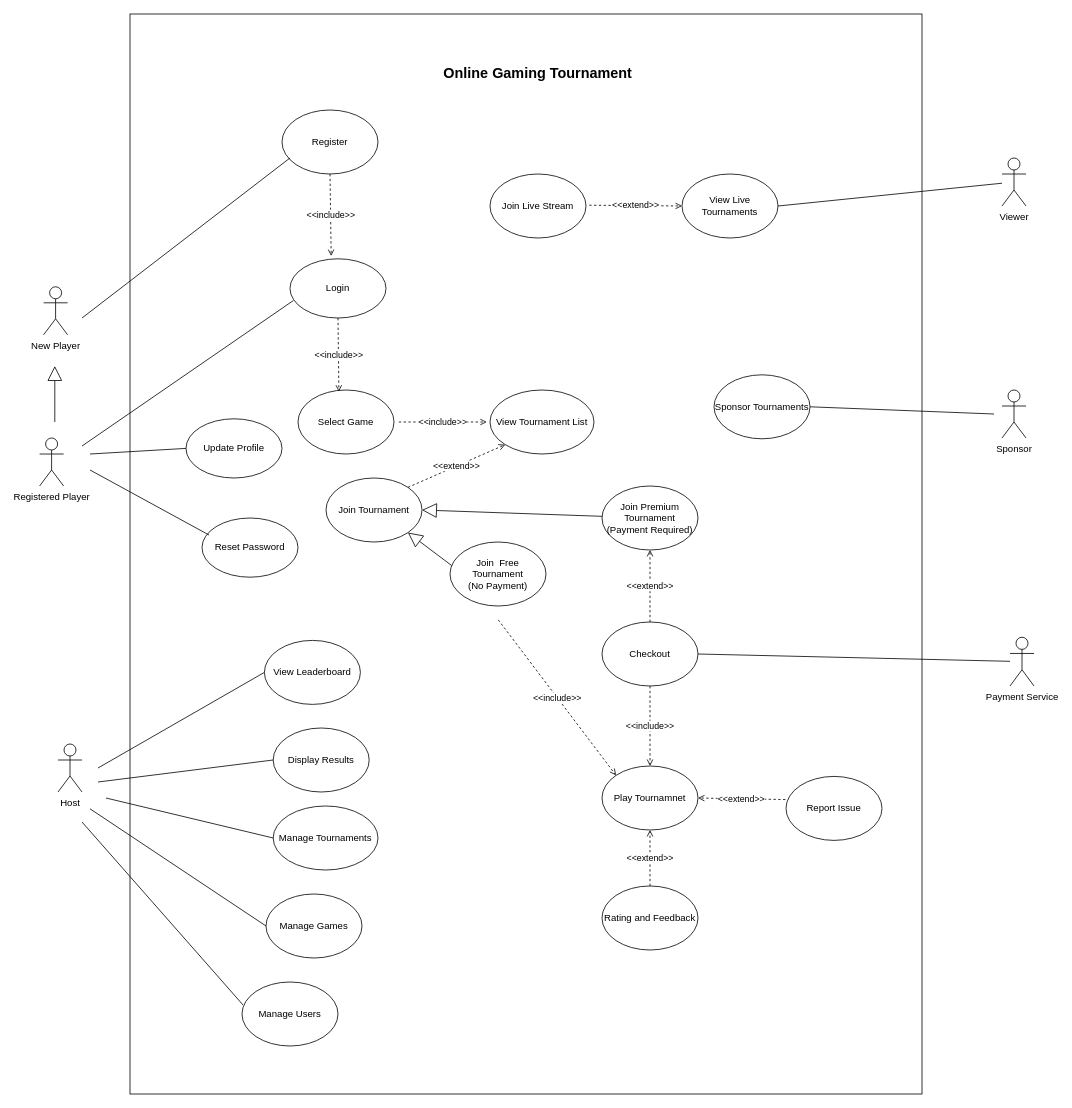
Before: GD_CW1.drawio in Tanvi-Ambre/Python, a draw.io diagram. Source tidied: cells renumbered, new cells numbered last; positions are measured from the earlier drawing's top-left corner, leaving out a move shared by most shapes. Both pictures are drawn from the tidied source at 80%, with x=0, y=0 at pixel (39, 14).
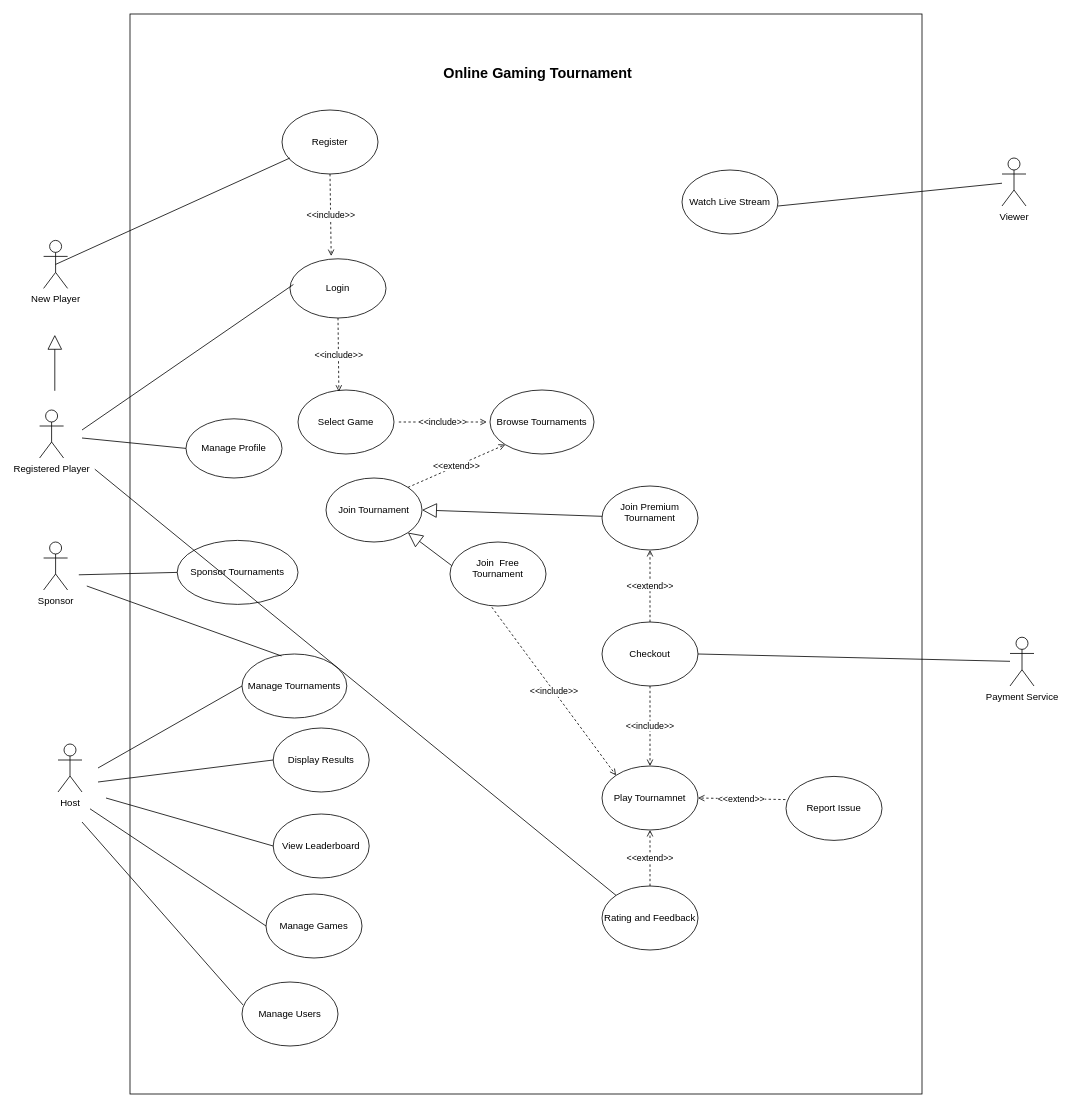
After the change.

The change refers to these unchanged cells:
```xml
<mxCell id="2" style="rounded=0;whiteSpace=wrap;html=1;" parent="1" vertex="1">
  <mxGeometry x="113" width="990" height="1350" as="geometry" />
</mxCell>
<mxCell id="5" value="Register" style="ellipse;whiteSpace=wrap;html=1;strokeWidth=1;" parent="1" vertex="1">
  <mxGeometry x="303" y="120" width="120" height="80" as="geometry" />
</mxCell>
<mxCell id="6" value="Login" style="ellipse;whiteSpace=wrap;html=1;strokeWidth=1;" parent="1" vertex="1">
  <mxGeometry x="313" y="306" width="120" height="74" as="geometry" />
</mxCell>
<mxCell id="13" value="Viewer" style="shape=umlActor;verticalLabelPosition=bottom;verticalAlign=top;html=1;outlineConnect=0;" parent="1" vertex="1">
  <mxGeometry x="1203" y="180" width="30" height="60" as="geometry" />
</mxCell>
<mxCell id="31" value="Play Tournamnet" style="ellipse;whiteSpace=wrap;html=1;strokeWidth=1;" parent="1" vertex="1">
  <mxGeometry x="703" y="940" width="120" height="80" as="geometry" />
</mxCell>
<mxCell id="48" value="Rating and Feedback" style="ellipse;whiteSpace=wrap;html=1;strokeWidth=1;" parent="1" vertex="1">
  <mxGeometry x="703" y="1090" width="120" height="80" as="geometry" />
</mxCell>
```

What changed in the source:
```diff
@@
-    <mxCell id="4" value="Sponsor" style="shape=umlActor;verticalLabelPosition=bottom;verticalAlign=top;html=1;" parent="1" vertex="1">
-      <mxGeometry x="1203" y="470" width="30" height="60" as="geometry" />
-    </mxCell>
@@
-    <mxCell id="7" value="View Tournament List" style="ellipse;whiteSpace=wrap;html=1;strokeWidth=1;" parent="1" vertex="1">
+    <mxCell id="7" value="Browse Tournaments" style="ellipse;whiteSpace=wrap;html=1;strokeWidth=1;" parent="1" vertex="1">
       <mxGeometry x="563" y="470" width="130" height="80" as="geometry" />
     </mxCell>
     <mxCell id="8" value="Manage Tournaments" style="ellipse;whiteSpace=wrap;html=1;strokeWidth=1;" parent="1" vertex="1">
-      <mxGeometry x="292" y="990" width="131" height="80" as="geometry" />
+      <mxGeometry x="253" y="800" width="131" height="80" as="geometry" />
     </mxCell>
@@
     <mxCell id="11" value="Sponsor Tournaments" style="ellipse;whiteSpace=wrap;html=1;strokeWidth=1;" parent="1" vertex="1">
-      <mxGeometry x="843" y="451" width="120" height="80" as="geometry" />
+      <mxGeometry x="172" y="658" width="151" height="80" as="geometry" />
     </mxCell>
     <mxCell id="12" value="View Leaderboard" style="ellipse;whiteSpace=wrap;html=1;strokeWidth=1;" parent="1" vertex="1">
-      <mxGeometry x="281" y="783" width="120" height="80" as="geometry" />
+      <mxGeometry x="292" y="1000" width="120" height="80" as="geometry" />
     </mxCell>
@@
     <mxCell id="14" value="Registered Player" style="shape=umlActor;verticalLabelPosition=bottom;verticalAlign=top;html=1;" parent="1" vertex="1">
-      <mxGeometry y="530" width="30" height="60" as="geometry" />
+      <mxGeometry y="495" width="30" height="60" as="geometry" />
     </mxCell>
     <mxCell id="15" style="endArrow=block;endSize=16;endFill=0;html=1;rounded=0;" parent="1" edge="1">
       <mxGeometry relative="1" as="geometry">
-        <mxPoint x="19" y="510" as="sourcePoint" />
-        <mxPoint x="19" y="440" as="targetPoint" />
+        <mxPoint x="19" y="471" as="sourcePoint" />
+        <mxPoint x="19" y="401" as="targetPoint" />
       </mxGeometry>
     </mxCell>
-    <mxCell id="16" style="endArrow=none;html=1;rounded=0;entryX=0.036;entryY=0.704;entryDx=0;entryDy=0;entryPerimeter=0;" parent="1" edge="1" target="6">
+    <mxCell id="16" style="endArrow=none;html=1;rounded=0;entryX=0.036;entryY=0.704;entryDx=0;entryDy=0;entryPerimeter=0;" parent="1" edge="1">
       <mxGeometry relative="1" as="geometry">
-        <mxPoint x="53" y="540" as="sourcePoint" />
+        <mxPoint x="53" y="520" as="sourcePoint" />
+        <mxPoint x="317.3" y="338.1" as="targetPoint" />
       </mxGeometry>
     </mxCell>
-    <mxCell id="17" style="endArrow=none;html=1;rounded=0;entryX=0;entryY=0.5;entryDx=0;entryDy=0;" parent="1" edge="1" target="8">
+    <mxCell id="17" style="endArrow=none;html=1;rounded=0;entryX=0;entryY=0.5;entryDx=0;entryDy=0;" parent="1" edge="1" target="12">
       <mxGeometry relative="1" as="geometry">
         <mxPoint x="83" y="980" as="sourcePoint" />
       </mxGeometry>
     </mxCell>
@@
-    <mxCell id="21" style="endArrow=none;html=1;rounded=0;entryX=0;entryY=0.5;entryDx=0;entryDy=0;" parent="1" edge="1" target="12">
+    <mxCell id="21" style="endArrow=none;html=1;rounded=0;" parent="1" edge="1">
       <mxGeometry relative="1" as="geometry">
         <mxPoint x="73" y="942.5" as="sourcePoint" />
+        <mxPoint x="253" y="840" as="targetPoint" />
       </mxGeometry>
     </mxCell>
-    <mxCell id="22" style="endArrow=none;html=1;rounded=0;entryX=0.083;entryY=0.75;entryDx=0;entryDy=0;entryPerimeter=0;" parent="1" edge="1" target="5">
-      <mxGeometry relative="1" as="geometry">
-        <mxPoint x="53" y="380" as="sourcePoint" />
-      </mxGeometry>
+    <mxCell id="22" style="endArrow=none;html=1;rounded=0;entryX=0.083;entryY=0.75;entryDx=0;entryDy=0;entryPerimeter=0;exitX=0.5;exitY=0.5;exitDx=0;exitDy=0;exitPerimeter=0;" parent="1" edge="1" source="23" target="5">
+      <mxGeometry relative="1" as="geometry" />
     </mxCell>
     <mxCell id="23" value="New Player" style="shape=umlActor;verticalLabelPosition=bottom;verticalAlign=top;html=1;outlineConnect=0;" parent="1" vertex="1">
-      <mxGeometry x="5" y="341" width="30" height="60" as="geometry" />
+      <mxGeometry x="5" y="283" width="30" height="60" as="geometry" />
     </mxCell>
-    <mxCell id="24" style="endArrow=none;html=1;rounded=0;exitX=1;exitY=0.5;exitDx=0;exitDy=0;" parent="1" edge="1" source="11">
-      <mxGeometry relative="1" as="geometry">
-        <mxPoint x="1193" y="500" as="targetPoint" />
-      </mxGeometry>
-    </mxCell>
@@
-    <mxCell id="33" value="View Live Tournaments" style="ellipse;whiteSpace=wrap;html=1;strokeWidth=1;" parent="1" vertex="1">
-      <mxGeometry x="803" y="200" width="120" height="80" as="geometry" />
-    </mxCell>
-    <mxCell id="34" style="endArrow=none;html=1;rounded=0;exitX=1;exitY=0.5;exitDx=0;exitDy=0;" parent="1" edge="1" source="33" target="13">
-      <mxGeometry relative="1" as="geometry" />
+    <mxCell id="34" style="endArrow=none;html=1;rounded=0;exitX=1;exitY=0.5;exitDx=0;exitDy=0;" parent="1" edge="1" target="13">
+      <mxGeometry relative="1" as="geometry">
+        <mxPoint x="923" y="240" as="sourcePoint" />
+      </mxGeometry>
     </mxCell>
-    <mxCell id="35" value="Join Live Stream" style="ellipse;whiteSpace=wrap;html=1;strokeWidth=1;" parent="1" vertex="1">
-      <mxGeometry x="563" y="200" width="120" height="80" as="geometry" />
+    <mxCell id="35" value="Watch Live Stream" style="ellipse;whiteSpace=wrap;html=1;strokeWidth=1;" parent="1" vertex="1">
+      <mxGeometry x="803" y="195" width="120" height="80" as="geometry" />
     </mxCell>
@@
-    <mxCell id="38" value="Update Profile" style="ellipse;whiteSpace=wrap;html=1;strokeWidth=1;" parent="1" vertex="1">
+    <mxCell id="38" value="Manage Profile" style="ellipse;whiteSpace=wrap;html=1;strokeWidth=1;" parent="1" vertex="1">
       <mxGeometry x="183" y="506" width="120" height="74" as="geometry" />
     </mxCell>
-    <mxCell id="39" value="Reset Password" style="ellipse;whiteSpace=wrap;html=1;strokeWidth=1;" parent="1" vertex="1">
-      <mxGeometry x="203" y="630" width="120" height="74" as="geometry" />
-    </mxCell>
     <mxCell id="40" style="endArrow=none;html=1;rounded=0;entryX=0;entryY=0.5;entryDx=0;entryDy=0;" parent="1" edge="1" target="38">
       <mxGeometry relative="1" as="geometry">
-        <mxPoint x="63" y="550" as="sourcePoint" />
+        <mxPoint x="53" y="530" as="sourcePoint" />
       </mxGeometry>
     </mxCell>
-    <mxCell id="41" style="endArrow=none;html=1;rounded=0;entryX=0.074;entryY=0.288;entryDx=0;entryDy=0;entryPerimeter=0;" parent="1" edge="1" target="39">
-      <mxGeometry relative="1" as="geometry">
-        <mxPoint x="63" y="570" as="sourcePoint" />
-      </mxGeometry>
-    </mxCell>
@@
-    <mxCell id="45" value="Join Premium Tournament&lt;br&gt;(Payment Required)" style="ellipse;whiteSpace=wrap;html=1;strokeWidth=1;" parent="1" vertex="1">
+    <mxCell id="45" value="Join Premium Tournament&lt;div&gt;&lt;br/&gt;&lt;/div&gt;" style="ellipse;whiteSpace=wrap;html=1;strokeWidth=1;" parent="1" vertex="1">
       <mxGeometry x="703" y="590" width="120" height="80" as="geometry" />
     </mxCell>
@@
-    <mxCell id="50" value="&lt;div&gt;&amp;lt;&amp;lt;extend&amp;gt;&amp;gt;&lt;/div&gt;" style="endArrow=open;dashed=1;html=1;endFill=0;rounded=0;entryX=0;entryY=0.5;entryDx=0;entryDy=0;" parent="1" edge="1" target="33">
-      <mxGeometry relative="1" as="geometry">
-        <mxPoint x="687" y="239" as="sourcePoint" />
-      </mxGeometry>
-    </mxCell>
@@
-    <mxCell id="53" value="Join&amp;nbsp; Free Tournament&lt;br&gt;(No Payment)" style="ellipse;whiteSpace=wrap;html=1;strokeWidth=1;" parent="1" vertex="1">
+    <mxCell id="53" value="Join&amp;nbsp; Free Tournament&lt;div&gt;&lt;br/&gt;&lt;/div&gt;" style="ellipse;whiteSpace=wrap;html=1;strokeWidth=1;" parent="1" vertex="1">
       <mxGeometry x="513" y="660" width="120" height="80" as="geometry" />
     </mxCell>
-    <mxCell id="54" value="&amp;lt;&amp;lt;include&amp;gt;&amp;gt;" style="endArrow=open;dashed=1;html=1;endFill=0;rounded=0;exitX=0.465;exitY=0.561;exitDx=0;exitDy=0;exitPerimeter=0;entryX=0;entryY=0;entryDx=0;entryDy=0;" parent="1" edge="1" source="2" target="31">
+    <mxCell id="54" value="&amp;lt;&amp;lt;include&amp;gt;&amp;gt;" style="endArrow=open;dashed=1;html=1;endFill=0;rounded=0;exitX=0.436;exitY=1.019;exitDx=0;exitDy=0;exitPerimeter=0;entryX=0;entryY=0;entryDx=0;entryDy=0;" parent="1" edge="1" source="53" target="31">
       <mxGeometry relative="1" as="geometry" />
     </mxCell>
@@
+    <mxCell id="4" value="Sponsor" style="shape=umlActor;verticalLabelPosition=bottom;verticalAlign=top;html=1;" parent="1" vertex="1">
+      <mxGeometry x="5" y="660" width="30" height="60" as="geometry" />
+    </mxCell>
+    <mxCell id="56" style="endArrow=none;html=1;rounded=0;entryX=0;entryY=0.5;entryDx=0;entryDy=0;" parent="1" edge="1" target="11">
+      <mxGeometry relative="1" as="geometry">
+        <mxPoint x="49" y="701" as="sourcePoint" />
+      </mxGeometry>
+    </mxCell>
+    <mxCell id="57" style="endArrow=none;html=1;rounded=0;entryX=0.377;entryY=0.031;entryDx=0;entryDy=0;entryPerimeter=0;" parent="1" edge="1" target="8">
+      <mxGeometry relative="1" as="geometry">
+        <mxPoint x="59" y="715" as="sourcePoint" />
+      </mxGeometry>
+    </mxCell>
+    <mxCell id="58" style="endArrow=none;html=1;rounded=0;entryX=0;entryY=0;entryDx=0;entryDy=0;" parent="1" edge="1" target="48">
+      <mxGeometry relative="1" as="geometry">
+        <mxPoint x="69" y="569" as="sourcePoint" />
+      </mxGeometry>
+    </mxCell>
```
